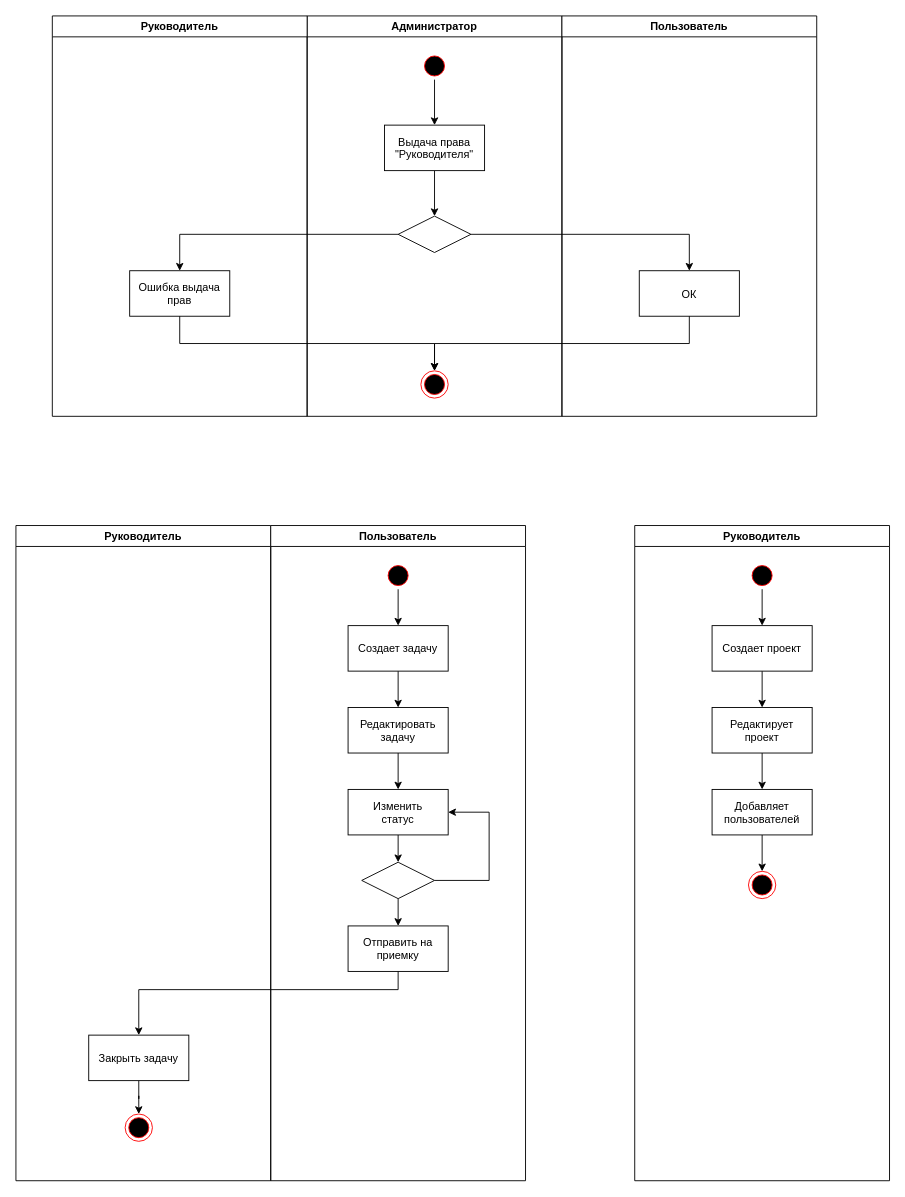
The draw.io diagram docs/diagrams/activity/base.drawio in chenko16/task-managment, before the edit. Source tidied: cells renumbered, new cells numbered last; positions are measured from the earlier drawing's top-left corner, leaving out a move shared by most shapes. Both pictures are drawn from the tidied source at 91%, with x=0, y=0 at pixel (15, 15).
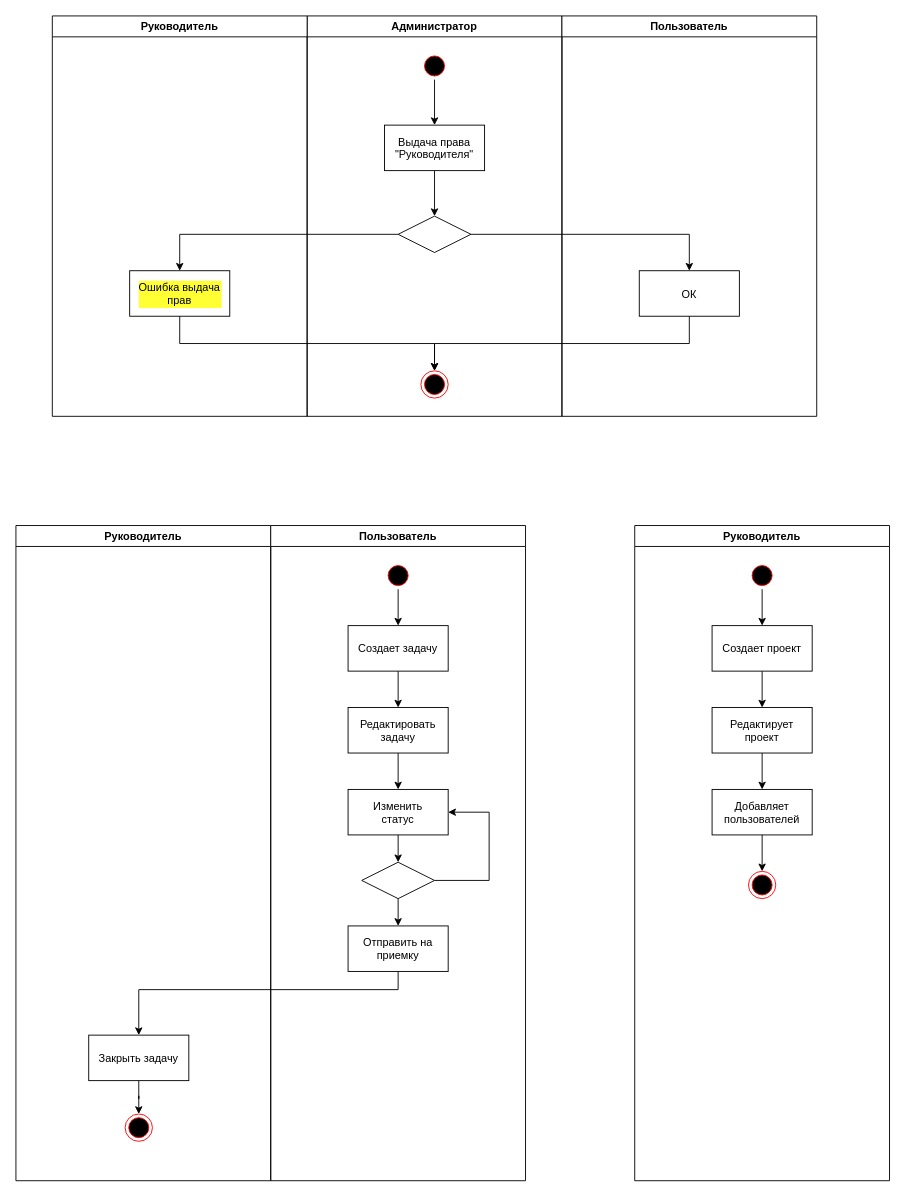
After the change.

Commit message (it also covers changes not shown here):
Изменения даиграммы активности и диаграммы тестов

The change refers to these unchanged cells:
```xml
<mxCell id="28" value="Руководитель" style="swimlane;whiteSpace=wrap;" parent="1" vertex="1">
  <mxGeometry x="40" width="280" height="440" as="geometry" />
</mxCell>
```

What changed in the source:
```diff
@@
-    <mxCell id="29" value="Ошибка выдача&#10;прав" parent="28" vertex="1">
+    <mxCell id="29" value="Ошибка выдача&#10;прав" style="labelBackgroundColor=#FFFF33;" parent="28" vertex="1">
       <mxGeometry x="85" y="280" width="110" height="50" as="geometry" />
     </mxCell>
```
